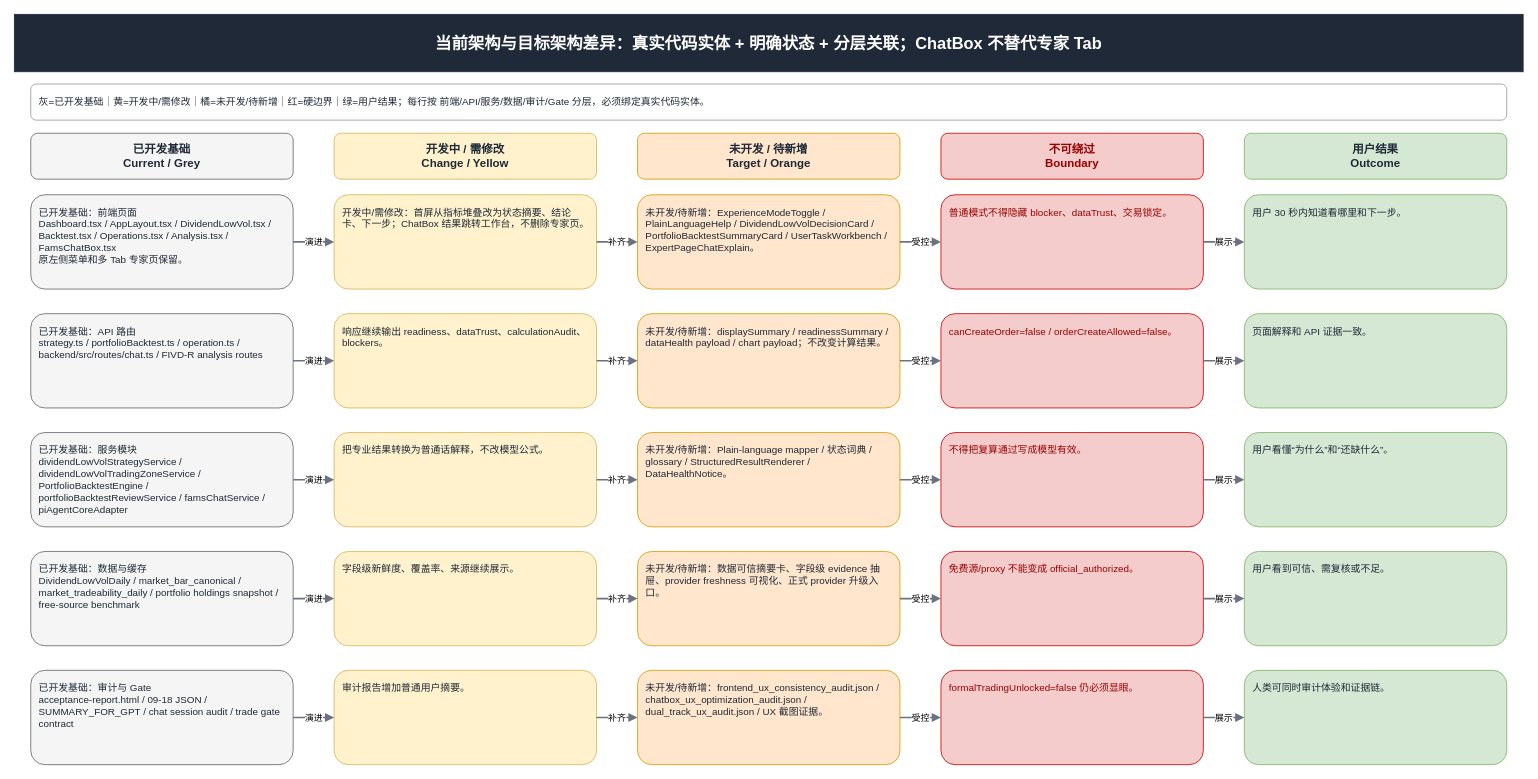
Above: page "02 当前架构与目标架构差异" (2 of 8) of docs/target-architecture-gap.drawio in ljx418/FAMS (draw.io), before the change. Source tidied: cells renumbered, new cells numbered last; positions are measured from the earlier drawing's top-left corner, leaving out a move shared by most shapes. Both pictures are drawn from the tidied source at 82%, with x=0, y=0 at pixel (14, 14).
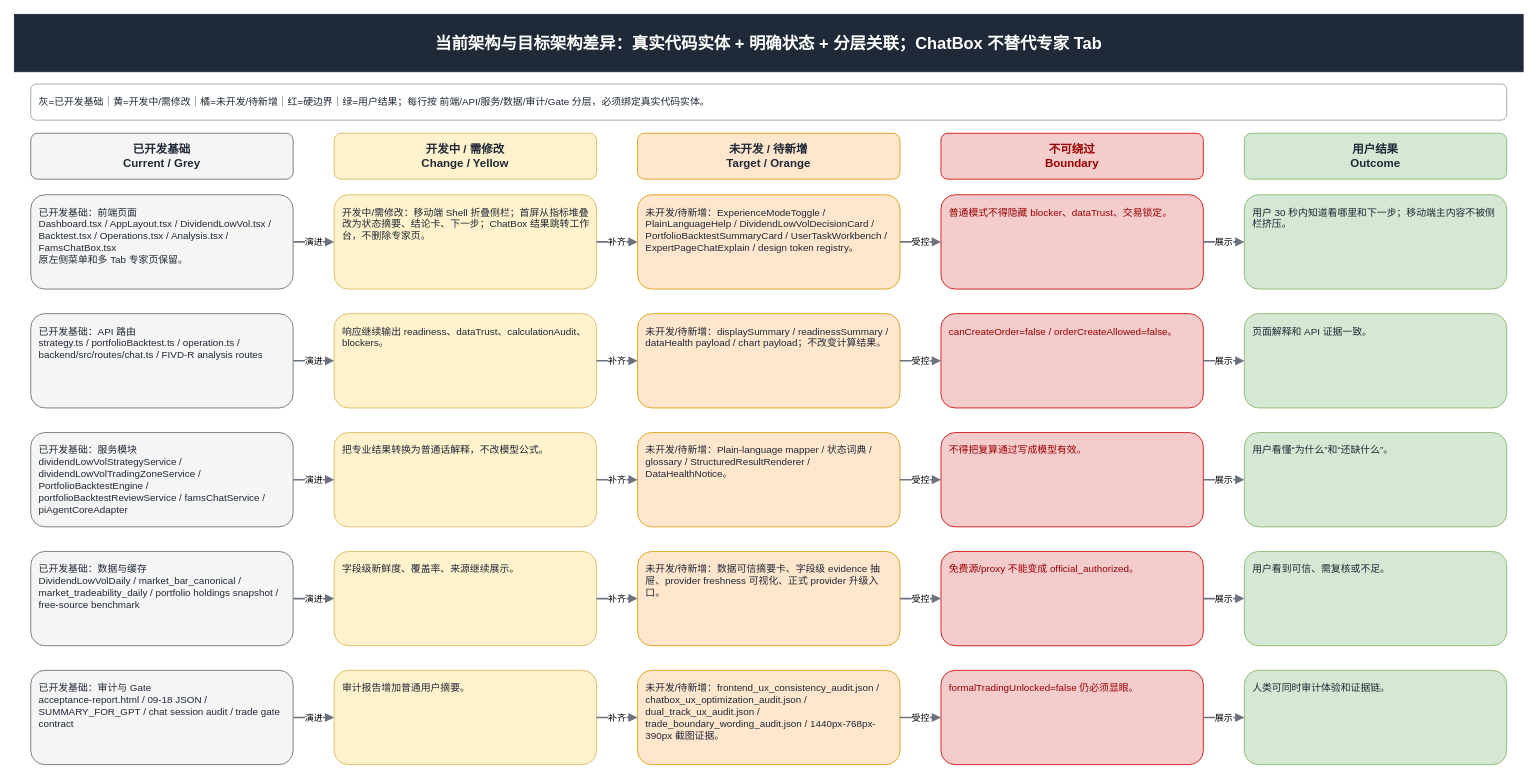
The same diagram, later.

The edit, as a diff of the source:
```diff
@@
-    <mxCell id="10" value="开发中/需修改：首屏从指标堆叠改为状态摘要、结论卡、下一步；ChatBox 结果跳转工作台，不删除专家页。" style="rounded=1;whiteSpace=wrap;html=1;spacing=10;fontSize=12;align=left;verticalAlign=top;fillColor=#fff2cc;strokeColor=#d6b656;fontColor=#1f2937;" parent="1" vertex="1">
+    <mxCell id="10" value="开发中/需修改：移动端 Shell 折叠侧栏；首屏从指标堆叠改为状态摘要、结论卡、下一步；ChatBox 结果跳转工作台，不删除专家页。" style="rounded=1;whiteSpace=wrap;html=1;spacing=10;fontSize=12;align=left;verticalAlign=top;fillColor=#fff2cc;strokeColor=#d6b656;fontColor=#1f2937;" parent="1" vertex="1">
       <mxGeometry x="390" y="220" width="320" height="115" as="geometry" />
     </mxCell>
-    <mxCell id="11" value="未开发/待新增：ExperienceModeToggle / PlainLanguageHelp / DividendLowVolDecisionCard / PortfolioBacktestSummaryCard / UserTaskWorkbench / ExpertPageChatExplain。" style="rounded=1;whiteSpace=wrap;html=1;spacing=10;fontSize=12;align=left;verticalAlign=top;fillColor=#ffe6cc;strokeColor=#d79b00;fontColor=#1f2937;" parent="1" vertex="1">
+    <mxCell id="11" value="未开发/待新增：ExperienceModeToggle / PlainLanguageHelp / DividendLowVolDecisionCard / PortfolioBacktestSummaryCard / UserTaskWorkbench / ExpertPageChatExplain / design token registry。" style="rounded=1;whiteSpace=wrap;html=1;spacing=10;fontSize=12;align=left;verticalAlign=top;fillColor=#ffe6cc;strokeColor=#d79b00;fontColor=#1f2937;" parent="1" vertex="1">
       <mxGeometry x="760" y="220" width="320" height="115" as="geometry" />
     </mxCell>
@@
-    <mxCell id="13" value="用户 30 秒内知道看哪里和下一步。" style="rounded=1;whiteSpace=wrap;html=1;spacing=10;fontSize=12;align=left;verticalAlign=top;fillColor=#d5e8d4;strokeColor=#82b366;fontColor=#1f2937;" parent="1" vertex="1">
+    <mxCell id="13" value="用户 30 秒内知道看哪里和下一步；移动端主内容不被侧栏挤压。" style="rounded=1;whiteSpace=wrap;html=1;spacing=10;fontSize=12;align=left;verticalAlign=top;fillColor=#d5e8d4;strokeColor=#82b366;fontColor=#1f2937;" parent="1" vertex="1">
       <mxGeometry x="1500" y="220" width="320" height="115" as="geometry" />
     </mxCell>
@@
-    <mxCell id="31" value="未开发/待新增：frontend_ux_consistency_audit.json / chatbox_ux_optimization_audit.json / dual_track_ux_audit.json / UX 截图证据。" style="rounded=1;whiteSpace=wrap;html=1;spacing=10;fontSize=12;align=left;verticalAlign=top;fillColor=#ffe6cc;strokeColor=#d79b00;fontColor=#1f2937;" parent="1" vertex="1">
+    <mxCell id="31" value="未开发/待新增：frontend_ux_consistency_audit.json / chatbox_ux_optimization_audit.json / dual_track_ux_audit.json / trade_boundary_wording_audit.json / 1440px-768px-390px 截图证据。" style="rounded=1;whiteSpace=wrap;html=1;spacing=10;fontSize=12;align=left;verticalAlign=top;fillColor=#ffe6cc;strokeColor=#d79b00;fontColor=#1f2937;" parent="1" vertex="1">
       <mxGeometry x="760" y="800" width="320" height="115" as="geometry" />
     </mxCell>
```
